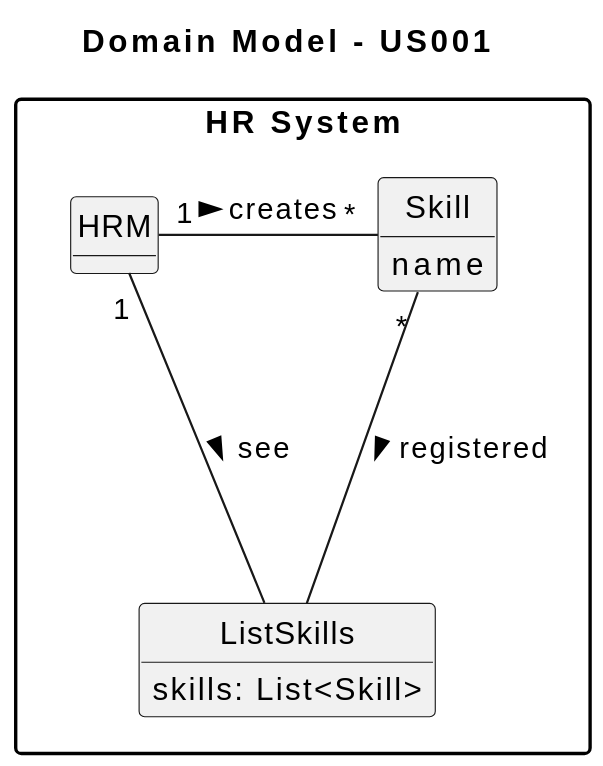
This is docs/sprintA/us001/02.analysis/svg/us001-domain-model.svg from SAEmanuel/Green_Spaces_Management_ISEP, a PlantUML export, as it was before one commit.
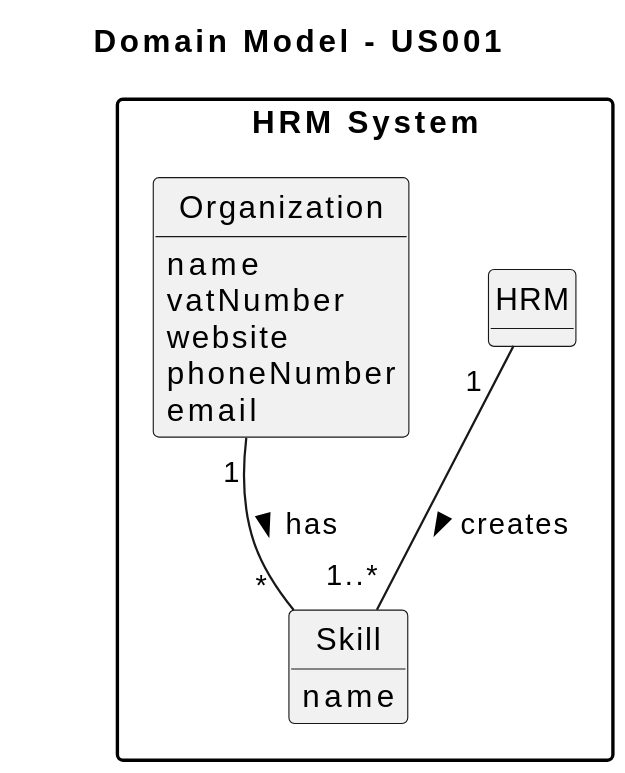
The same diagram one commit later.

Diff of the diagram source:
```diff
@@ -2,13 +2,14 @@
 skinparam monochrome true
 skinparam packageStyle rectangle
 skinparam shadowing false
+
 
 title Domain Model - US001
 
 hide circles
 hide methods
 
-package "HR System" {
+package "HRM System" {
 
     class HRM {
     }
@@ -17,12 +18,15 @@
         name
     }
 
-    class ListSkills {
-        skills: List<Skill>
+    class Organization {
+        name
+        vatNumber
+        website
+        phoneNumber
+        email
     }
 
-    HRM "1" - "*" Skill : creates >
-    HRM "1" - ListSkills : see >
-    Skill "*" ---  ListSkills : registered >
+    HRM "1  " -- "1..*" Skill : creates >
+    Organization "1" -- "                           *" Skill : has >
 }
 @enduml
```
